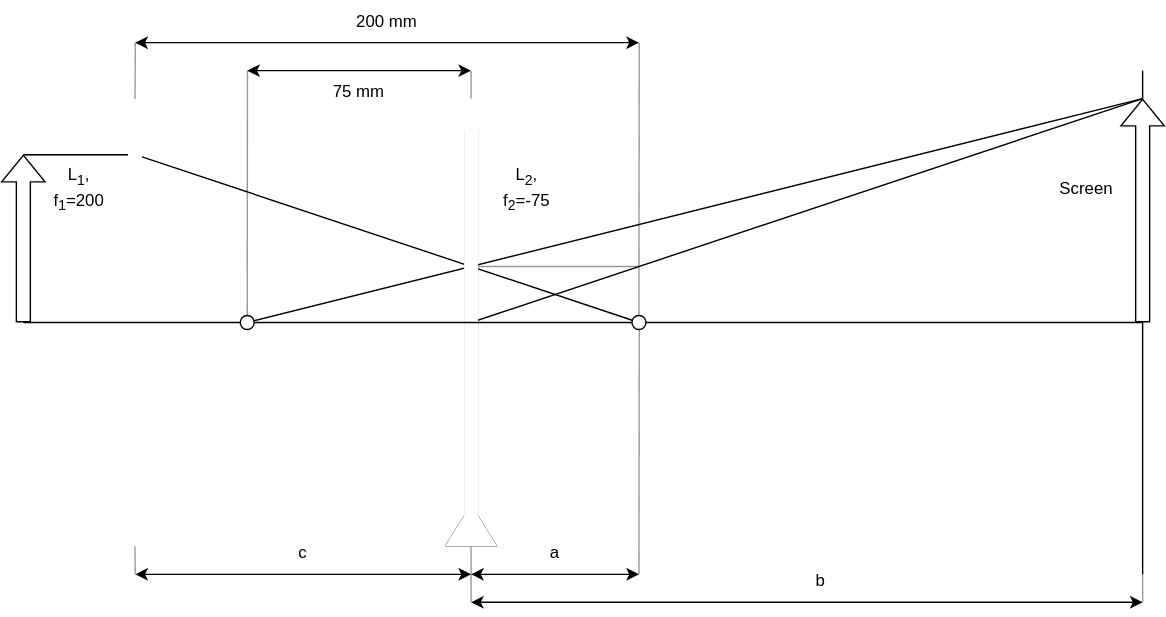
Earlier version of the draw.io export documentation/images/lenses_diagram.svg (nbaehler/mask-designer). Source tidied: cells renumbered, new cells last; positions are measured from the earlier drawing's top-left corner, leaving out a move shared by most shapes. The source it was exported from:
```xml
<mxGraphModel>
  <root>
    <mxCell id="0" />
    <mxCell id="1" parent="0" />
    <mxCell id="2" style="shape=flexArrow;endArrow=classic;html=1;rounded=0;" parent="1" edge="1">
      <mxGeometry relative="1" as="geometry">
        <mxPoint y="230" as="sourcePoint" />
        <mxPoint y="110" as="targetPoint" />
      </mxGeometry>
    </mxCell>
    <mxCell id="3" style="triangle;whiteSpace=wrap;html=1;direction=north;strokeColor=none;fillColor=#000000;" parent="1" vertex="1">
      <mxGeometry x="301.2" y="360" width="37.5" height="30" as="geometry" />
    </mxCell>
    <mxCell id="4" style="endArrow=none;html=1;rounded=0;" parent="1" edge="1">
      <mxGeometry relative="1" as="geometry">
        <mxPoint y="110" as="sourcePoint" />
        <mxPoint x="80" y="110" as="targetPoint" />
      </mxGeometry>
    </mxCell>
    <mxCell id="5" style="endArrow=none;html=1;rounded=0;strokeColor=#999999;" parent="1" edge="1">
      <mxGeometry relative="1" as="geometry">
        <mxPoint x="320" y="190" as="sourcePoint" />
        <mxPoint x="440" y="190" as="targetPoint" />
      </mxGeometry>
    </mxCell>
    <mxCell id="6" style="endArrow=none;html=1;rounded=0;strokeColor=#999999;" parent="1" edge="1">
      <mxGeometry relative="1" as="geometry">
        <mxPoint x="440" y="230" as="sourcePoint" />
        <mxPoint x="440" y="190" as="targetPoint" />
      </mxGeometry>
    </mxCell>
    <mxCell id="7" style="rounded=0;whiteSpace=wrap;html=1;strokeColor=none;fillColor=#000000;" parent="1" vertex="1">
      <mxGeometry x="315" y="90" width="10" height="280" as="geometry" />
    </mxCell>
    <mxCell id="8" value="&lt;div&gt;L&lt;sub&gt;1&lt;/sub&gt;,&lt;/div&gt;&lt;div align=&quot;left&quot;&gt;f&lt;sub&gt;1&lt;/sub&gt;=200&lt;br&gt;&lt;/div&gt;" style="text;html=1;strokeColor=none;fillColor=none;align=center;verticalAlign=middle;whiteSpace=wrap;rounded=0;" parent="1" vertex="1">
      <mxGeometry x="10" y="120" width="60" height="30" as="geometry" />
    </mxCell>
    <mxCell id="9" value="&lt;div&gt;L&lt;sub&gt;2&lt;/sub&gt;,&lt;/div&gt;&lt;div align=&quot;left&quot;&gt;f&lt;sub&gt;2&lt;/sub&gt;=-75&lt;br&gt;&lt;/div&gt;" style="text;html=1;strokeColor=none;fillColor=none;align=center;verticalAlign=middle;whiteSpace=wrap;rounded=0;" parent="1" vertex="1">
      <mxGeometry x="330" y="120" width="60" height="30" as="geometry" />
    </mxCell>
    <mxCell id="10" value="200&amp;nbsp;mm" style="text;html=1;strokeColor=none;fillColor=none;align=center;verticalAlign=middle;whiteSpace=wrap;rounded=0;" parent="1" vertex="1">
      <mxGeometry x="230" width="60" height="30" as="geometry" />
    </mxCell>
    <mxCell id="11" value="75 mm" style="text;html=1;strokeColor=none;fillColor=none;align=center;verticalAlign=middle;whiteSpace=wrap;rounded=0;" parent="1" vertex="1">
      <mxGeometry x="210" y="50" width="60" height="30" as="geometry" />
    </mxCell>
    <mxCell id="12" style="endArrow=none;html=1;rounded=0;strokeColor=#999999;" parent="1" edge="1" target="25">
      <mxGeometry relative="1" as="geometry">
        <mxPoint x="80" y="30" as="sourcePoint" />
      </mxGeometry>
    </mxCell>
    <mxCell id="13" style="endArrow=none;html=1;rounded=0;strokeColor=#999999;" parent="1" edge="1">
      <mxGeometry relative="1" as="geometry">
        <mxPoint x="160.2" y="50" as="sourcePoint" />
        <mxPoint x="160" y="230" as="targetPoint" />
      </mxGeometry>
    </mxCell>
    <mxCell id="14" style="endArrow=none;html=1;rounded=0;strokeColor=#999999;" parent="1" edge="1">
      <mxGeometry relative="1" as="geometry">
        <mxPoint x="440.2" y="30" as="sourcePoint" />
        <mxPoint x="440" y="190" as="targetPoint" />
      </mxGeometry>
    </mxCell>
    <mxCell id="15" style="endArrow=none;html=1;rounded=0;strokeColor=#999999;" parent="1" edge="1">
      <mxGeometry relative="1" as="geometry">
        <mxPoint x="440.2" y="230" as="sourcePoint" />
        <mxPoint x="440" y="410" as="targetPoint" />
      </mxGeometry>
    </mxCell>
    <mxCell id="16" style="endArrow=none;html=1;rounded=0;strokeColor=#999999;" parent="1" edge="1">
      <mxGeometry relative="1" as="geometry">
        <mxPoint x="800" y="410" as="sourcePoint" />
        <mxPoint x="800" y="430" as="targetPoint" />
      </mxGeometry>
    </mxCell>
    <mxCell id="17" style="endArrow=none;html=1;rounded=0;strokeColor=#999999;exitX=1;exitY=0.5;exitDx=0;exitDy=0;" parent="1" edge="1" source="26">
      <mxGeometry relative="1" as="geometry">
        <mxPoint x="80" y="410" as="targetPoint" />
      </mxGeometry>
    </mxCell>
    <mxCell id="18" style="endArrow=none;html=1;rounded=0;strokeColor=#999999;exitX=0;exitY=0.5;exitDx=0;exitDy=0;" parent="1" edge="1" source="3">
      <mxGeometry relative="1" as="geometry">
        <mxPoint x="320" y="430" as="targetPoint" />
      </mxGeometry>
    </mxCell>
    <mxCell id="19" style="endArrow=none;html=1;rounded=0;strokeColor=#999999;entryX=0;entryY=0.5;entryDx=0;entryDy=0;" parent="1" edge="1" target="29">
      <mxGeometry relative="1" as="geometry">
        <mxPoint x="320" y="50" as="sourcePoint" />
      </mxGeometry>
    </mxCell>
    <mxCell id="20" style="endArrow=none;html=1;rounded=0;" parent="1" edge="1">
      <mxGeometry relative="1" as="geometry">
        <mxPoint x="1" y="110" as="sourcePoint" />
        <mxPoint x="81" y="110" as="targetPoint" />
      </mxGeometry>
    </mxCell>
    <mxCell id="21" style="endArrow=none;html=1;rounded=0;" parent="1" edge="1">
      <mxGeometry relative="1" as="geometry">
        <mxPoint x="80" y="110" as="sourcePoint" />
        <mxPoint x="440" y="230" as="targetPoint" />
      </mxGeometry>
    </mxCell>
    <mxCell id="22" style="endArrow=none;html=1;rounded=0;" parent="1" edge="1">
      <mxGeometry relative="1" as="geometry">
        <mxPoint x="160" y="230" as="sourcePoint" />
        <mxPoint x="800" y="70" as="targetPoint" />
      </mxGeometry>
    </mxCell>
    <mxCell id="23" style="endArrow=none;html=1;rounded=0;" parent="1" edge="1">
      <mxGeometry relative="1" as="geometry">
        <mxPoint x="320" y="230" as="sourcePoint" />
        <mxPoint x="800" y="70" as="targetPoint" />
      </mxGeometry>
    </mxCell>
    <mxCell id="24" style="endArrow=none;html=1;rounded=0;" parent="1" edge="1">
      <mxGeometry relative="1" as="geometry">
        <mxPoint x="1" y="110" as="sourcePoint" />
        <mxPoint x="81" y="110" as="targetPoint" />
      </mxGeometry>
    </mxCell>
    <mxCell id="25" style="triangle;whiteSpace=wrap;html=1;direction=north;strokeColor=none;" parent="1" vertex="1">
      <mxGeometry x="61" y="70" width="37.5" height="30" as="geometry" />
    </mxCell>
    <mxCell id="26" style="triangle;whiteSpace=wrap;html=1;direction=south;strokeColor=none;" parent="1" vertex="1">
      <mxGeometry x="61" y="360" width="37.5" height="30" as="geometry" />
    </mxCell>
    <mxCell id="27" style="rounded=0;whiteSpace=wrap;html=1;strokeColor=none;" parent="1" vertex="1">
      <mxGeometry x="74.8" y="100" width="10" height="260" as="geometry" />
    </mxCell>
    <mxCell id="28" style="triangle;whiteSpace=wrap;html=1;direction=north;strokeColor=none;fillColor=#000000;" parent="1" vertex="1">
      <mxGeometry x="301.2" y="360" width="37.5" height="30" as="geometry" />
    </mxCell>
    <mxCell id="29" style="triangle;whiteSpace=wrap;html=1;direction=south;strokeColor=none;" parent="1" vertex="1">
      <mxGeometry x="301.2" y="70" width="37.5" height="30" as="geometry" />
    </mxCell>
    <mxCell id="30" style="triangle;whiteSpace=wrap;html=1;direction=north;strokeColor=none;" parent="1" vertex="1">
      <mxGeometry x="301.2" y="360" width="37.5" height="30" as="geometry" />
    </mxCell>
    <mxCell id="31" style="rounded=0;whiteSpace=wrap;html=1;strokeColor=none;" parent="1" vertex="1">
      <mxGeometry x="315" y="90" width="10" height="280" as="geometry" />
    </mxCell>
    <mxCell id="32" style="endArrow=classic;startArrow=classic;html=1;rounded=0;" parent="1" edge="1">
      <mxGeometry relative="1" as="geometry">
        <mxPoint x="80" y="30" as="sourcePoint" />
        <mxPoint x="440" y="30" as="targetPoint" />
      </mxGeometry>
    </mxCell>
    <mxCell id="33" style="endArrow=classic;startArrow=classic;html=1;rounded=0;" parent="1" edge="1">
      <mxGeometry relative="1" as="geometry">
        <mxPoint x="160" y="50" as="sourcePoint" />
        <mxPoint x="320" y="50" as="targetPoint" />
      </mxGeometry>
    </mxCell>
    <mxCell id="34" style="endArrow=classic;startArrow=classic;html=1;rounded=0;" parent="1" edge="1">
      <mxGeometry relative="1" as="geometry">
        <mxPoint x="80" y="410" as="sourcePoint" />
        <mxPoint x="320" y="410" as="targetPoint" />
      </mxGeometry>
    </mxCell>
    <mxCell id="35" style="endArrow=classic;startArrow=classic;html=1;rounded=0;" parent="1" edge="1">
      <mxGeometry relative="1" as="geometry">
        <mxPoint x="320" y="410" as="sourcePoint" />
        <mxPoint x="440" y="410" as="targetPoint" />
      </mxGeometry>
    </mxCell>
    <mxCell id="36" style="endArrow=classic;startArrow=classic;html=1;rounded=0;" parent="1" edge="1">
      <mxGeometry relative="1" as="geometry">
        <mxPoint x="320" y="430" as="sourcePoint" />
        <mxPoint x="800" y="430" as="targetPoint" />
      </mxGeometry>
    </mxCell>
    <mxCell id="37" value="a" style="text;html=1;strokeColor=none;fillColor=none;align=center;verticalAlign=middle;whiteSpace=wrap;rounded=0;" parent="1" vertex="1">
      <mxGeometry x="350" y="380" width="60" height="30" as="geometry" />
    </mxCell>
    <mxCell id="38" value="b" style="text;html=1;strokeColor=none;fillColor=none;align=center;verticalAlign=middle;whiteSpace=wrap;rounded=0;" parent="1" vertex="1">
      <mxGeometry x="540" y="400" width="60" height="30" as="geometry" />
    </mxCell>
    <mxCell id="39" value="c" style="text;html=1;strokeColor=none;fillColor=none;align=center;verticalAlign=middle;whiteSpace=wrap;rounded=0;" parent="1" vertex="1">
      <mxGeometry x="170" y="380" width="60" height="30" as="geometry" />
    </mxCell>
    <mxCell id="40" style="endArrow=none;html=1;rounded=0;" parent="1" edge="1">
      <mxGeometry relative="1" as="geometry">
        <mxPoint y="230" as="sourcePoint" />
        <mxPoint x="435" y="230" as="targetPoint" />
      </mxGeometry>
    </mxCell>
    <mxCell id="41" style="endArrow=none;html=1;rounded=0;startArrow=none;" parent="1" edge="1">
      <mxGeometry relative="1" as="geometry">
        <mxPoint x="445" y="230" as="sourcePoint" />
        <mxPoint x="800" y="230" as="targetPoint" />
      </mxGeometry>
    </mxCell>
    <mxCell id="42" style="endArrow=none;html=1;rounded=0;" parent="1" edge="1">
      <mxGeometry relative="1" as="geometry">
        <mxPoint x="800" y="410" as="sourcePoint" />
        <mxPoint x="800" y="230" as="targetPoint" />
      </mxGeometry>
    </mxCell>
    <mxCell id="43" value="&lt;div&gt;Screen&lt;/div&gt;" style="text;html=1;strokeColor=none;fillColor=none;align=center;verticalAlign=middle;whiteSpace=wrap;rounded=0;" parent="1" vertex="1">
      <mxGeometry x="730" y="120" width="60" height="30" as="geometry" />
    </mxCell>
    <mxCell id="44" style="shape=flexArrow;endArrow=classic;html=1;rounded=0;fillColor=none;" parent="1" edge="1">
      <mxGeometry relative="1" as="geometry">
        <mxPoint x="800" y="230" as="sourcePoint" />
        <mxPoint x="800" y="70" as="targetPoint" />
      </mxGeometry>
    </mxCell>
    <mxCell id="45" style="endArrow=none;html=1;rounded=0;" parent="1" edge="1">
      <mxGeometry relative="1" as="geometry">
        <mxPoint x="800" y="70" as="sourcePoint" />
        <mxPoint x="800" y="50" as="targetPoint" />
      </mxGeometry>
    </mxCell>
    <mxCell id="46" style="ellipse;whiteSpace=wrap;html=1;" parent="1" vertex="1">
      <mxGeometry x="155" y="225" width="10" height="10" as="geometry" />
    </mxCell>
    <mxCell id="47" style="ellipse;whiteSpace=wrap;html=1;" parent="1" vertex="1">
      <mxGeometry x="435" y="225" width="10" height="10" as="geometry" />
    </mxCell>
  </root>
</mxGraphModel>
```
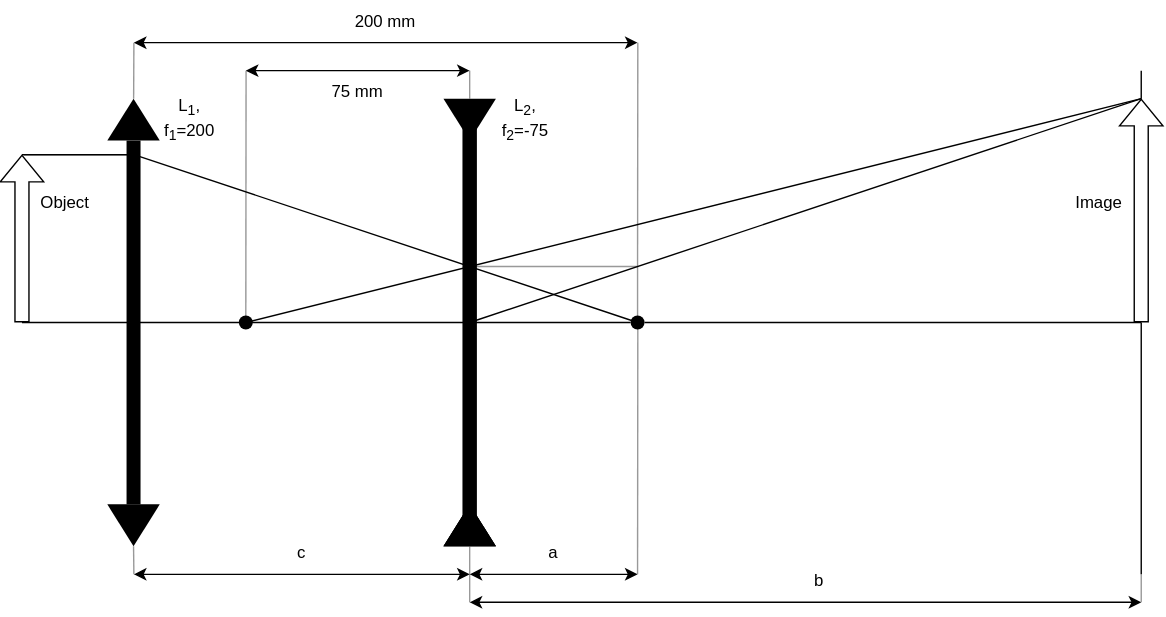
The same diagram one commit later.

Diff of the diagram source:
```diff
@@ -2,6 +2,12 @@
   <root>
     <mxCell id="0" />
     <mxCell id="1" parent="0" />
+    <mxCell id="40" style="endArrow=none;html=1;rounded=0;" parent="1" edge="1">
+      <mxGeometry relative="1" as="geometry">
+        <mxPoint y="230" as="sourcePoint" />
+        <mxPoint x="435" y="230" as="targetPoint" />
+      </mxGeometry>
+    </mxCell>
     <mxCell id="2" style="shape=flexArrow;endArrow=classic;html=1;rounded=0;" parent="1" edge="1">
       <mxGeometry relative="1" as="geometry">
         <mxPoint y="230" as="sourcePoint" />
@@ -33,10 +39,10 @@
       <mxGeometry x="315" y="90" width="10" height="280" as="geometry" />
     </mxCell>
     <mxCell id="8" value="&lt;div&gt;L&lt;sub&gt;1&lt;/sub&gt;,&lt;/div&gt;&lt;div align=&quot;left&quot;&gt;f&lt;sub&gt;1&lt;/sub&gt;=200&lt;br&gt;&lt;/div&gt;" style="text;html=1;strokeColor=none;fillColor=none;align=center;verticalAlign=middle;whiteSpace=wrap;rounded=0;" parent="1" vertex="1">
-      <mxGeometry x="10" y="120" width="60" height="30" as="geometry" />
+      <mxGeometry x="90" y="70" width="60" height="30" as="geometry" />
     </mxCell>
     <mxCell id="9" value="&lt;div&gt;L&lt;sub&gt;2&lt;/sub&gt;,&lt;/div&gt;&lt;div align=&quot;left&quot;&gt;f&lt;sub&gt;2&lt;/sub&gt;=-75&lt;br&gt;&lt;/div&gt;" style="text;html=1;strokeColor=none;fillColor=none;align=center;verticalAlign=middle;whiteSpace=wrap;rounded=0;" parent="1" vertex="1">
-      <mxGeometry x="330" y="120" width="60" height="30" as="geometry" />
+      <mxGeometry x="330" y="70" width="60" height="30" as="geometry" />
     </mxCell>
     <mxCell id="10" value="200&amp;nbsp;mm" style="text;html=1;strokeColor=none;fillColor=none;align=center;verticalAlign=middle;whiteSpace=wrap;rounded=0;" parent="1" vertex="1">
       <mxGeometry x="230" width="60" height="30" as="geometry" />
@@ -118,25 +124,22 @@
         <mxPoint x="81" y="110" as="targetPoint" />
       </mxGeometry>
     </mxCell>
-    <mxCell id="25" style="triangle;whiteSpace=wrap;html=1;direction=north;strokeColor=none;" parent="1" vertex="1">
+    <mxCell id="25" style="triangle;whiteSpace=wrap;html=1;direction=north;fillColor=#000000;strokeColor=none;" parent="1" vertex="1">
       <mxGeometry x="61" y="70" width="37.5" height="30" as="geometry" />
     </mxCell>
-    <mxCell id="26" style="triangle;whiteSpace=wrap;html=1;direction=south;strokeColor=none;" parent="1" vertex="1">
+    <mxCell id="26" style="triangle;whiteSpace=wrap;html=1;direction=south;fillColor=#000000;strokeColor=none;" parent="1" vertex="1">
       <mxGeometry x="61" y="360" width="37.5" height="30" as="geometry" />
     </mxCell>
-    <mxCell id="27" style="rounded=0;whiteSpace=wrap;html=1;strokeColor=none;" parent="1" vertex="1">
-      <mxGeometry x="74.8" y="100" width="10" height="260" as="geometry" />
-    </mxCell>
     <mxCell id="28" style="triangle;whiteSpace=wrap;html=1;direction=north;strokeColor=none;fillColor=#000000;" parent="1" vertex="1">
       <mxGeometry x="301.2" y="360" width="37.5" height="30" as="geometry" />
     </mxCell>
-    <mxCell id="29" style="triangle;whiteSpace=wrap;html=1;direction=south;strokeColor=none;" parent="1" vertex="1">
+    <mxCell id="29" style="triangle;whiteSpace=wrap;html=1;direction=south;strokeColor=none;fillColor=#000000;" parent="1" vertex="1">
       <mxGeometry x="301.2" y="70" width="37.5" height="30" as="geometry" />
     </mxCell>
-    <mxCell id="30" style="triangle;whiteSpace=wrap;html=1;direction=north;strokeColor=none;" parent="1" vertex="1">
+    <mxCell id="30" style="triangle;whiteSpace=wrap;html=1;direction=north;strokeColor=none;fillColor=#000000;" parent="1" vertex="1">
       <mxGeometry x="301.2" y="360" width="37.5" height="30" as="geometry" />
     </mxCell>
-    <mxCell id="31" style="rounded=0;whiteSpace=wrap;html=1;strokeColor=none;" parent="1" vertex="1">
+    <mxCell id="31" style="rounded=0;whiteSpace=wrap;html=1;strokeColor=none;fillColor=#000000;" parent="1" vertex="1">
       <mxGeometry x="315" y="90" width="10" height="280" as="geometry" />
     </mxCell>
     <mxCell id="32" style="endArrow=classic;startArrow=classic;html=1;rounded=0;" parent="1" edge="1">
@@ -178,12 +181,6 @@
     <mxCell id="39" value="c" style="text;html=1;strokeColor=none;fillColor=none;align=center;verticalAlign=middle;whiteSpace=wrap;rounded=0;" parent="1" vertex="1">
       <mxGeometry x="170" y="380" width="60" height="30" as="geometry" />
     </mxCell>
-    <mxCell id="40" style="endArrow=none;html=1;rounded=0;" parent="1" edge="1">
-      <mxGeometry relative="1" as="geometry">
-        <mxPoint y="230" as="sourcePoint" />
-        <mxPoint x="435" y="230" as="targetPoint" />
-      </mxGeometry>
-    </mxCell>
     <mxCell id="41" style="endArrow=none;html=1;rounded=0;startArrow=none;" parent="1" edge="1">
       <mxGeometry relative="1" as="geometry">
         <mxPoint x="445" y="230" as="sourcePoint" />
@@ -196,8 +193,8 @@
         <mxPoint x="800" y="230" as="targetPoint" />
       </mxGeometry>
     </mxCell>
-    <mxCell id="43" value="&lt;div&gt;Screen&lt;/div&gt;" style="text;html=1;strokeColor=none;fillColor=none;align=center;verticalAlign=middle;whiteSpace=wrap;rounded=0;" parent="1" vertex="1">
-      <mxGeometry x="730" y="120" width="60" height="30" as="geometry" />
+    <mxCell id="43" value="&lt;div&gt;Image&lt;/div&gt;" style="text;html=1;strokeColor=none;fillColor=none;align=center;verticalAlign=middle;whiteSpace=wrap;rounded=0;" parent="1" vertex="1">
+      <mxGeometry x="740" y="130" width="60" height="30" as="geometry" />
     </mxCell>
     <mxCell id="44" style="shape=flexArrow;endArrow=classic;html=1;rounded=0;fillColor=none;" parent="1" edge="1">
       <mxGeometry relative="1" as="geometry">
@@ -211,11 +208,17 @@
         <mxPoint x="800" y="50" as="targetPoint" />
       </mxGeometry>
     </mxCell>
-    <mxCell id="46" style="ellipse;whiteSpace=wrap;html=1;" parent="1" vertex="1">
+    <mxCell id="46" style="ellipse;whiteSpace=wrap;html=1;fillColor=#000000;strokeColor=none;" parent="1" vertex="1">
       <mxGeometry x="155" y="225" width="10" height="10" as="geometry" />
     </mxCell>
-    <mxCell id="47" style="ellipse;whiteSpace=wrap;html=1;" parent="1" vertex="1">
+    <mxCell id="47" style="ellipse;whiteSpace=wrap;html=1;fillColor=#000000;strokeColor=none;" parent="1" vertex="1">
       <mxGeometry x="435" y="225" width="10" height="10" as="geometry" />
     </mxCell>
+    <mxCell id="27" style="rounded=0;whiteSpace=wrap;html=1;fillColor=#000000;strokeColor=none;" parent="1" vertex="1">
+      <mxGeometry x="74.8" y="100" width="10" height="260" as="geometry" />
+    </mxCell>
+    <mxCell id="48" value="&lt;div&gt;Object&lt;/div&gt;" style="text;html=1;strokeColor=none;fillColor=none;align=center;verticalAlign=middle;whiteSpace=wrap;rounded=0;" parent="1" vertex="1">
+      <mxGeometry x="1" y="130" width="60" height="30" as="geometry" />
+    </mxCell>
   </root>
 </mxGraphModel>
```
